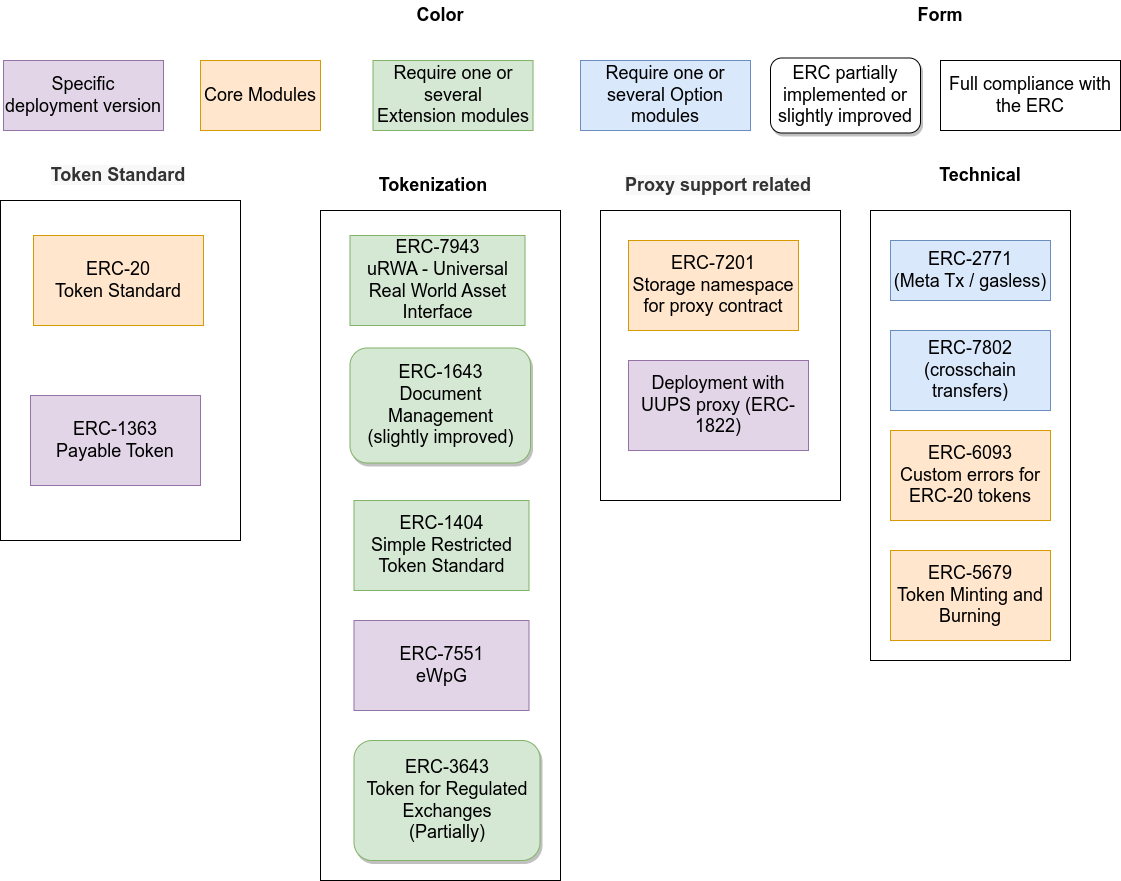
Before: doc/schema/drawio/architecture-ERC.drawio.png, a diagram exported from draw.io (CMTA/CMTAT). Source tidied: cells renumbered, new cells last; positions are measured from the earlier drawing's top-left corner, leaving out a move shared by most shapes.
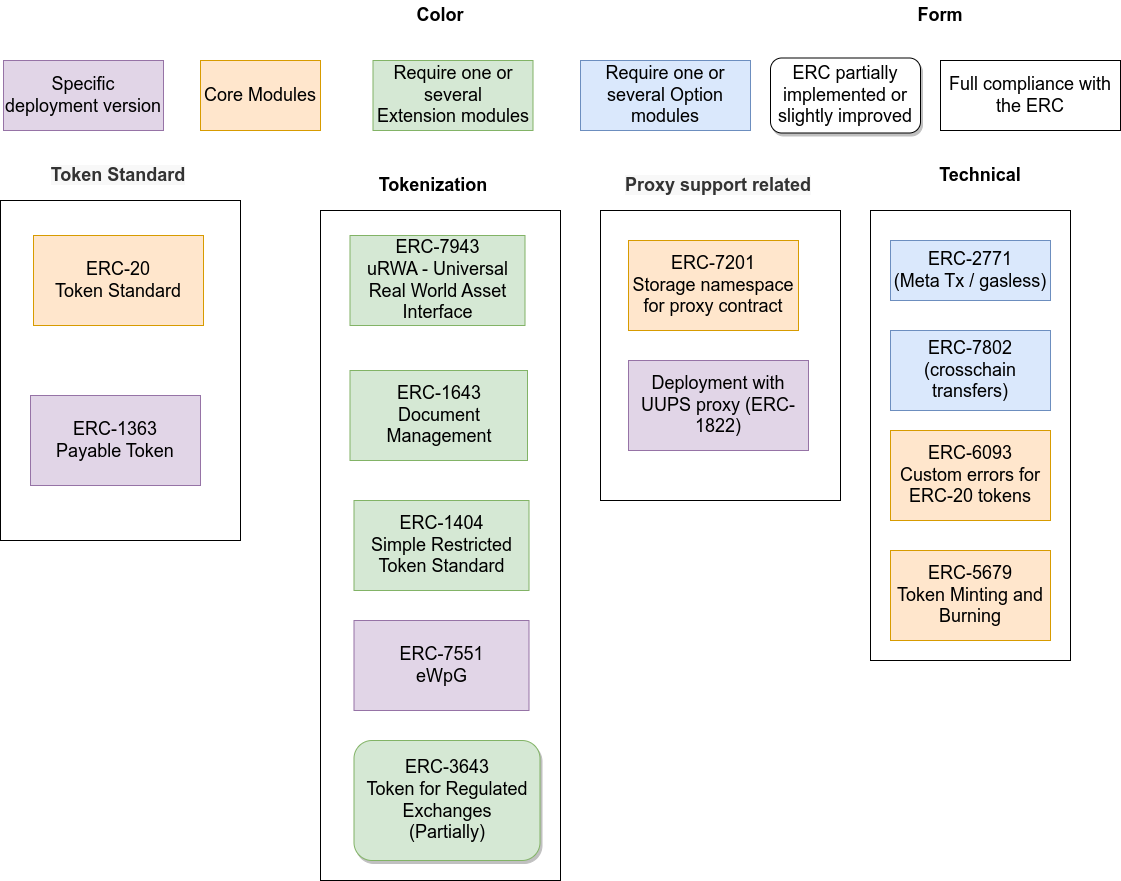
Above is the later version.

The edit, as a diff of the source:
```diff
@@ -68,9 +68,6 @@
     <mxCell id="23" value="&lt;font style=&quot;font-size: 18px;&quot;&gt;Full compliance with the ERC&lt;/font&gt;" style="rounded=0;whiteSpace=wrap;html=1;shadow=0;glass=0;sketch=0;" parent="1" vertex="1">
       <mxGeometry x="940" y="60" width="180" height="70" as="geometry" />
     </mxCell>
-    <mxCell id="24" value="&lt;span style=&quot;font-size: 18px;&quot;&gt;ERC-1643&lt;/span&gt;&lt;br style=&quot;font-size: 18px;&quot;&gt;&lt;span style=&quot;font-size: 18px;&quot;&gt;Document Management&lt;/span&gt;&lt;br style=&quot;font-size: 18px;&quot;&gt;&lt;span style=&quot;font-size: 18px;&quot;&gt;(slightly improved)&lt;/span&gt;" style="rounded=1;whiteSpace=wrap;html=1;glass=0;sketch=0;shadow=1;fillColor=#d5e8d4;strokeColor=#82b366;" parent="1" vertex="1">
-      <mxGeometry x="349.5" y="347.5" width="180.5" height="115" as="geometry" />
-    </mxCell>
     <mxCell id="25" value="&lt;font style=&quot;font-size: 18px;&quot;&gt;ERC-3643&lt;br&gt;Token for Regulated Exchanges&lt;br&gt;(Partially)&lt;/font&gt;" style="rounded=1;whiteSpace=wrap;html=1;glass=0;sketch=0;shadow=1;fillColor=#d5e8d4;strokeColor=#82b366;" parent="1" vertex="1">
       <mxGeometry x="353.5" y="740" width="186" height="120" as="geometry" />
     </mxCell>
@@ -89,5 +86,8 @@
     <mxCell id="30" value="ERC-7943&lt;br&gt;uRWA - Universal Real World Asset Interface" style="rounded=0;whiteSpace=wrap;html=1;fontSize=18;fillColor=#d5e8d4;strokeColor=#82b366;" parent="1" vertex="1">
       <mxGeometry x="349.5" y="235" width="175" height="90" as="geometry" />
     </mxCell>
+    <mxCell id="31" value="ERC-1643&lt;br&gt;Document Management" style="rounded=0;whiteSpace=wrap;html=1;fontSize=18;fillColor=#d5e8d4;strokeColor=#82b366;" parent="1" vertex="1">
+      <mxGeometry x="349.5" y="370" width="177.5" height="90" as="geometry" />
+    </mxCell>
   </root>
 </mxGraphModel>
```
